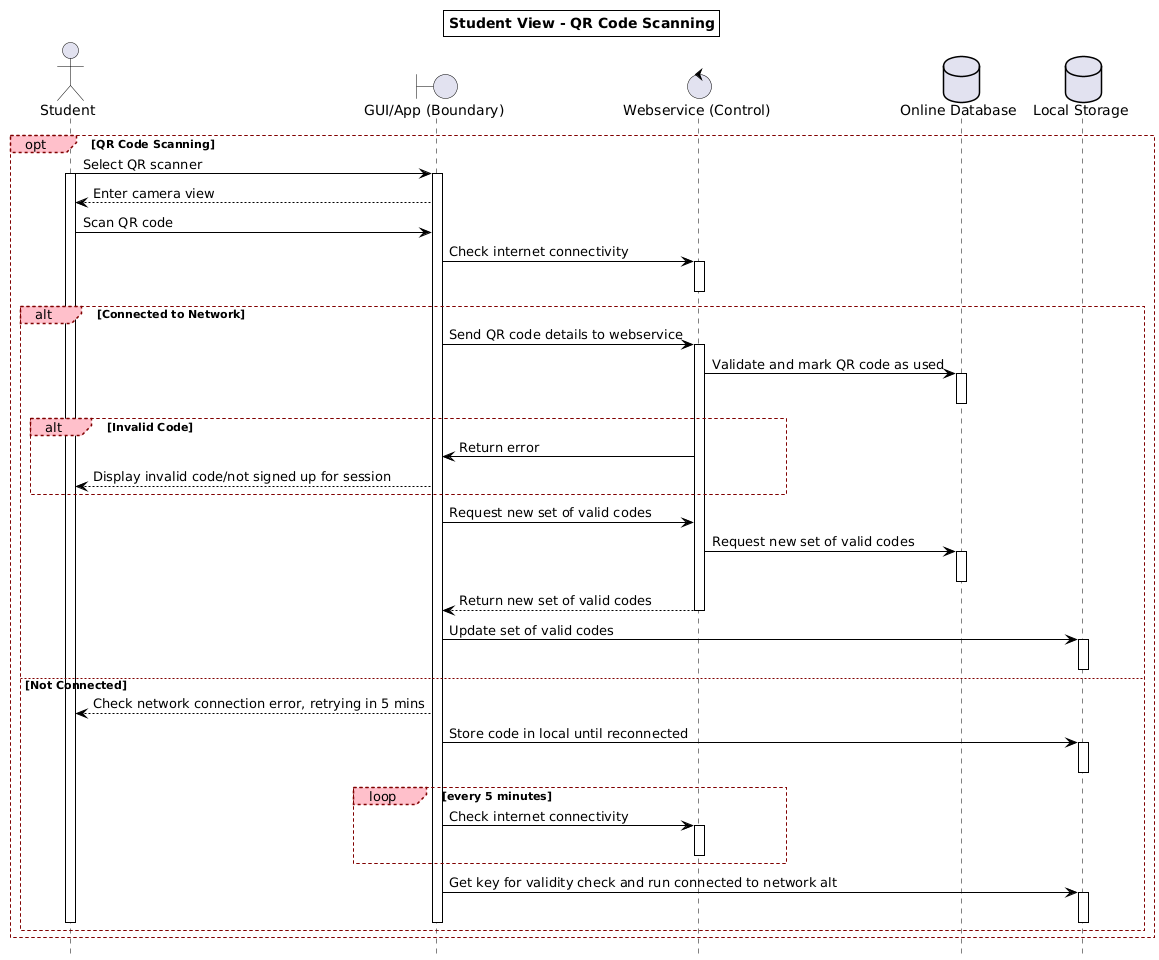
sebastien-andre/capstone1 keeps this PlantUML diagram as uml/sequence1/student/png/qr_scanning.png. Above is the earlier version.
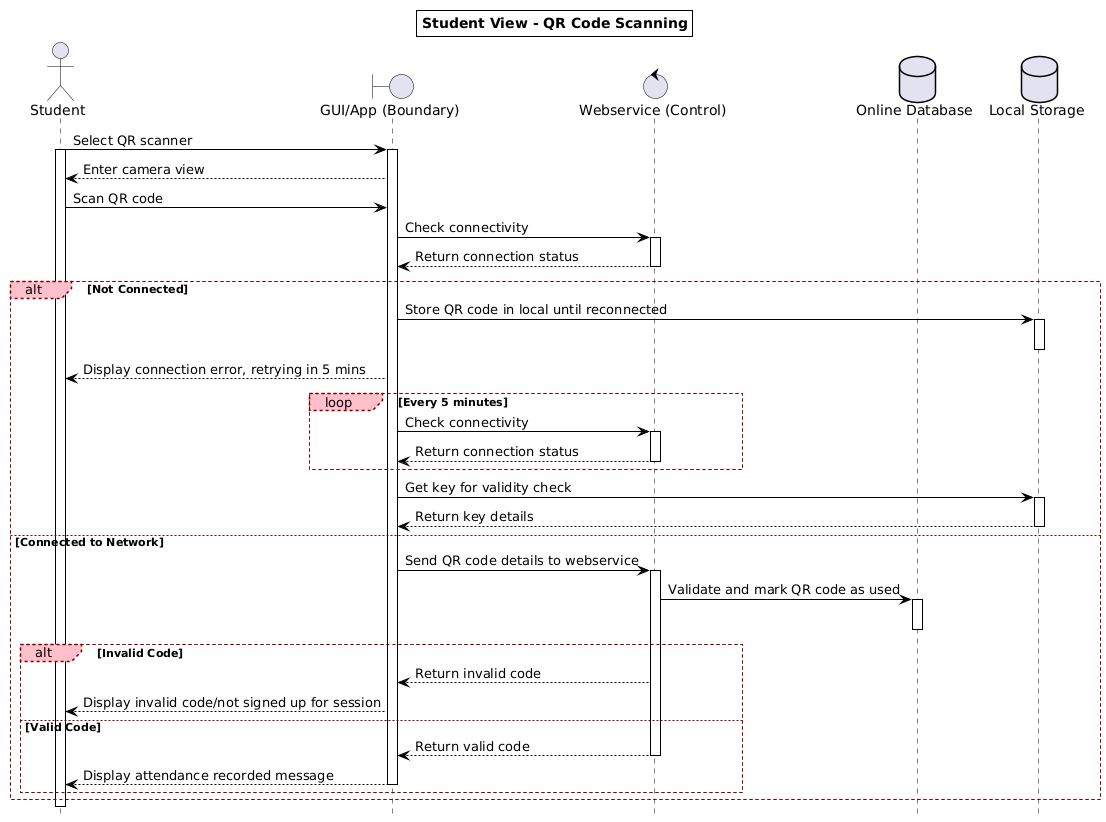
The same diagram one commit later.

What changed in the source:
```diff
@@ -41,51 +41,49 @@
 database "Local Storage" as ls
 
 
+s -> gui: Select QR scanner
+activate s
+activate gui
+gui --> s: Enter camera view
+s -> gui: Scan QR code
+gui -> ws: Check connectivity
+activate ws
+ws --> gui: Return connection status
+deactivate ws
 
-opt QR Code Scanning
-    s -> gui: Select QR scanner
-    activate s
-    activate gui
-    gui --> s: Enter camera view
-    s -> gui: Scan QR code
-    gui -> ws: Check internet connectivity
+alt Not Connected
+    gui -> ls: Store QR code in local until reconnected
+    activate ls
+    deactivate ls
+    gui --> s: Display connection error, retrying in 5 mins
+    loop Every 5 minutes
+        gui -> ws: Check connectivity
+        activate ws
+        ws --> gui: Return connection status
+        deactivate ws
+    end
+    gui -> ls: Get key for validity check
+    activate ls
+    ls --> gui: Return key details
+    deactivate ls
+
+else Connected to Network
+    gui -> ws: Send QR code details to webservice
     activate ws
-    deactivate ws
-    alt Connected to Network
-        gui -> ws: Send QR code details to webservice
-        activate ws
-        ws -> db: Validate and mark QR code as used
-        activate db
-        deactivate db
-        alt Invalid Code
-            ws -> gui: Return error
-            gui --> s: Display invalid code/not signed up for session
-        end
+    ws -> db: Validate and mark QR code as used
+    activate db
+    deactivate db
+    alt Invalid Code
+        ws --> gui: Return invalid code
+        gui --> s: Display invalid code/not signed up for session
 
-        gui -> ws: Request new set of valid codes
-        ws -> db: Request new set of valid codes
-        activate db
-        deactivate db
-        ws --> gui: Return new set of valid codes
+    else Valid Code
+        ws --> gui: Return valid code
         deactivate ws
-        gui -> ls: Update set of valid codes
-        activate ls
-        deactivate ls
-    else Not Connected
-        gui --> s: Check network connection error, retrying in 5 mins
-        gui -> ls: Store code in local until reconnected
-        activate ls
-        deactivate ls
-        loop every 5 minutes
-            gui -> ws: Check internet connectivity
-            activate ws
-            deactivate ws
-        end
-        gui -> ls: Get key for validity check and run connected to network alt
-        activate ls
-        deactivate ls
-        deactivate s
+        gui --> s: Display attendance recorded message
         deactivate gui
     end
+
 end
+deactivate s
 @enduml
```
